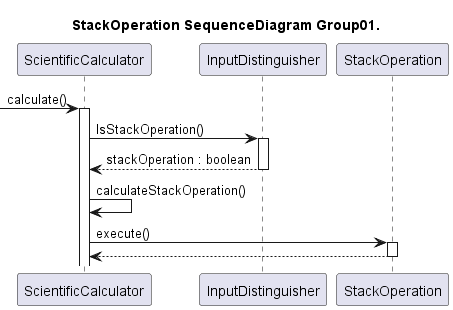
The PlantUML diagram sequence_diagram/SequenceDiagramGraphicalView/StackOperation_SequenceDiagram_Group01.png in CiroCutolo/Scientific_Calculator_group01_2023, before a commit. Source of this version:
```plantuml
@startuml SequenceDiagram

title StackOperation SequenceDiagram Group01.

participant ScientificCalculator as calc
participant InputDistinguisher as input
participant StackOperation as stack

-> calc:calculate()
activate calc

calc -> input : IsStackOperation()
activate input
input --> calc : stackOperation : boolean
deactivate input

calc -> calc : calculateStackOperation()

calc -> stack : execute()
activate stack
stack --> calc
deactivate stack

@enduml
```
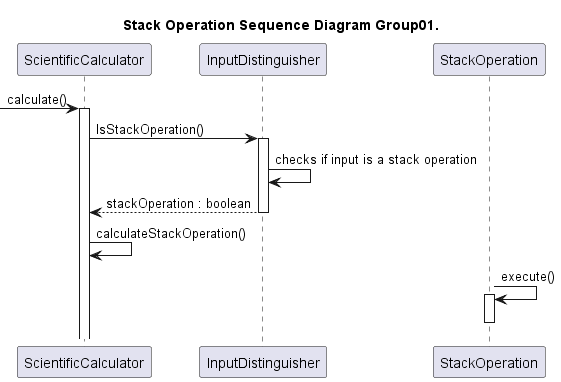
Above is the later version.

Commit message:
Sono state apportate modifiche relative all'implementazione dei sequence diagrams

The edit, as a diff of the source:
```diff
@@ -1,6 +1,6 @@
-@startuml SequenceDiagram
+@startuml StackOperation_SequenceDiagram_Group01
 
-title StackOperation SequenceDiagram Group01.
+title Stack Operation Sequence Diagram Group01.
 
 participant ScientificCalculator as calc
 participant InputDistinguisher as input
@@ -11,14 +11,13 @@
 
 calc -> input : IsStackOperation()
 activate input
+input -> input : checks if input is a stack operation
 input --> calc : stackOperation : boolean
 deactivate input
 
 calc -> calc : calculateStackOperation()
-
-calc -> stack : execute()
+stack -> stack : execute()
 activate stack
-stack --> calc
-deactivate stack
+deactivate stack
 
 @enduml
```
